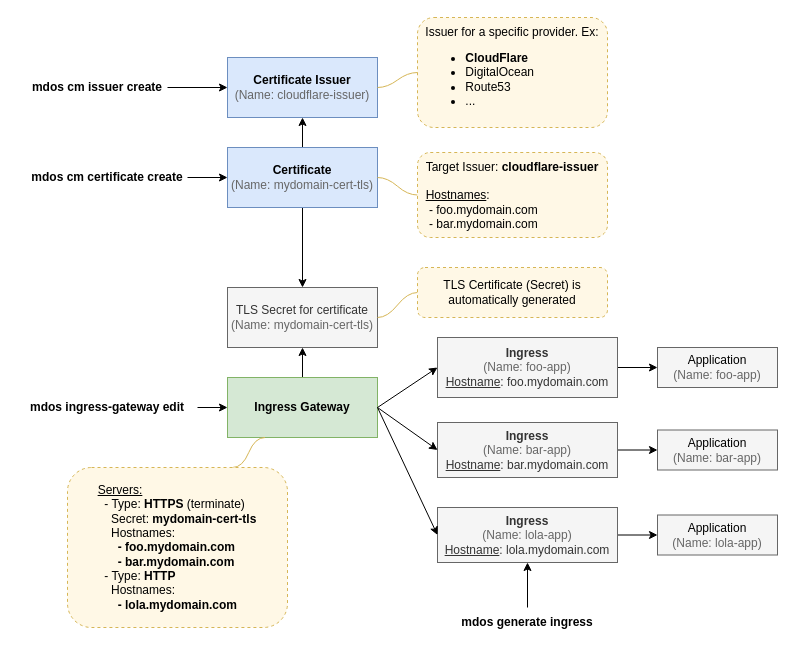
mdundek/mdos keeps this draw.io diagram as page "CertManagerOverview" (9 of 9) of mdos-docs/draw.io/architecture.drawio. Above is the earlier version. Source tidied: cells renumbered, new cells numbered last; positions are measured from the earlier drawing's top-left corner, leaving out a move shared by most shapes. Both pictures are drawn from the tidied source at 100%, with x=0, y=0 at pixel (17, 17).
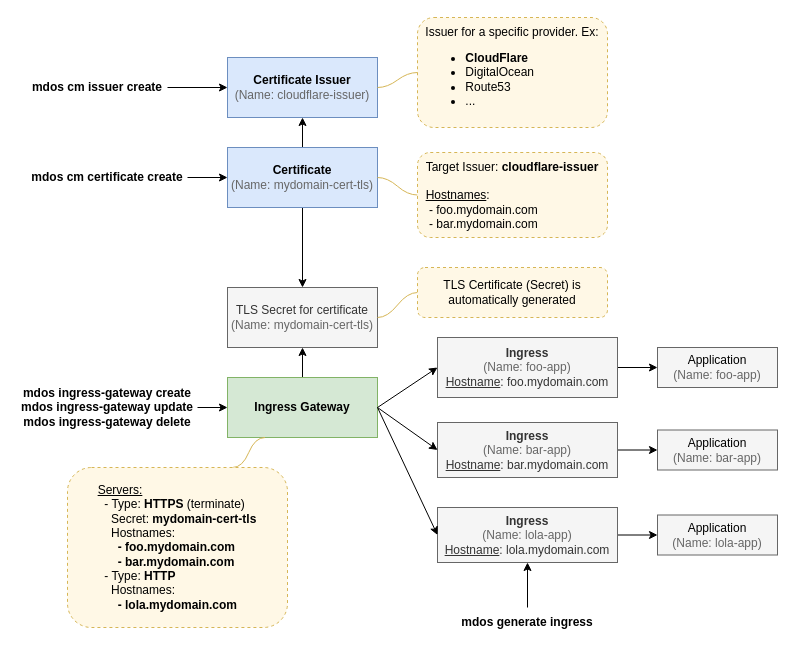
After the change.

Change to the diagram source:
```diff
@@
-    <mxCell id="15" value="mdos ingress-gateway edit" style="text;html=1;strokeColor=none;fillColor=none;align=center;verticalAlign=middle;whiteSpace=wrap;rounded=0;fontStyle=1;" parent="1" vertex="1">
+    <mxCell id="15" value="mdos ingress-gateway create&lt;br&gt;mdos ingress-gateway update&lt;br&gt;mdos ingress-gateway delete" style="text;html=1;strokeColor=none;fillColor=none;align=center;verticalAlign=middle;whiteSpace=wrap;rounded=0;fontStyle=1;" parent="1" vertex="1">
       <mxGeometry y="375" width="180" height="30" as="geometry" />
     </mxCell>
```
